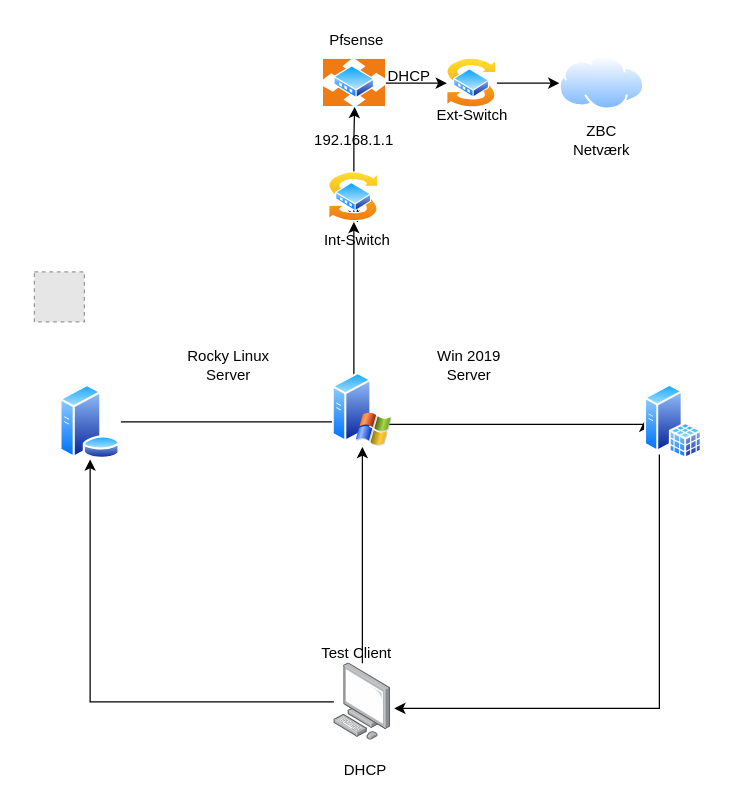
Above: Payloads./netværkstopologi.drawio in CodyPhantom/Hacking (draw.io), before the change. Source tidied: cells renumbered, new cells numbered last; positions are measured from the earlier drawing's top-left corner, leaving out a move shared by most shapes. Both pictures are drawn from the tidied source at 125%, with x=0, y=0 at pixel (34, 21). Pictures stored in the file or linked from it are replaced by grey dashed boxes.
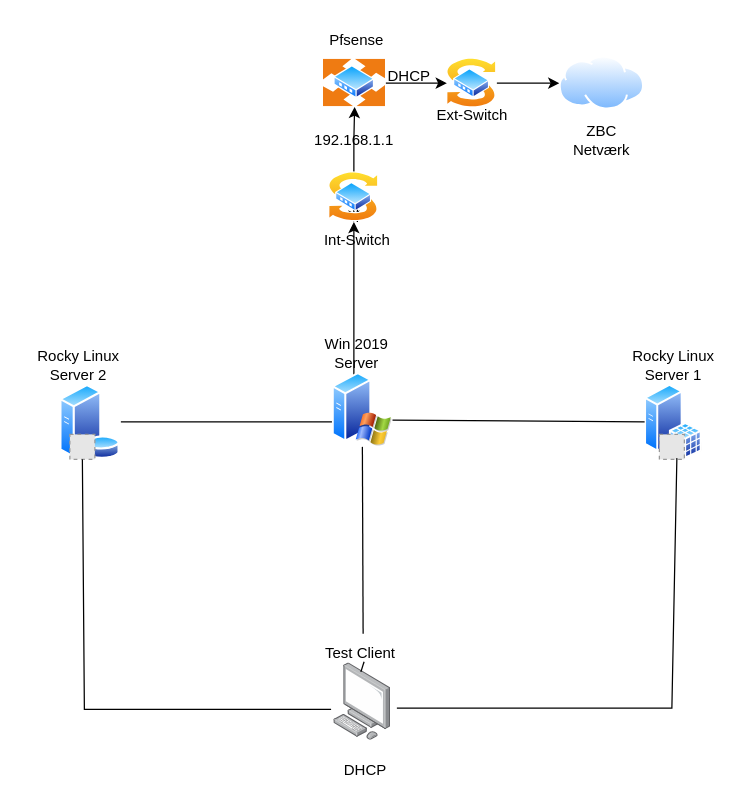
The same diagram, later.

The change refers to these unchanged cells:
```xml
<mxCell id="4" style="image;points=[];html=1;align=center;shadow=0;dashed=0;image=img/lib/allied_telesis/computer_and_terminals/Personal_Computer.svg;" parent="1" vertex="1">
  <mxGeometry x="239.6" y="513" width="45.6" height="61.8" as="geometry" />
</mxCell>
<mxCell id="6" style="image;perimeter=ellipsePerimeter;html=1;align=center;shadow=0;dashed=0;spacingTop=3;image=img/lib/active_directory/database_server.svg;" parent="1" vertex="1">
  <mxGeometry x="20" y="290" width="49.2" height="60" as="geometry" />
</mxCell>
<mxCell id="9" style="image;perimeter=ellipsePerimeter;html=1;align=center;shadow=0;dashed=0;spacingTop=3;image=img/lib/active_directory/windows_server_2.svg;" parent="1" vertex="1">
  <mxGeometry x="238.4" y="280" width="48" height="60" as="geometry" />
</mxCell>
<mxCell id="29" style="image;perimeter=ellipsePerimeter;html=1;align=center;shadow=0;dashed=0;spacingTop=3;image=img/lib/active_directory/sql_server.svg;" parent="1" vertex="1">
  <mxGeometry x="488.2" y="290" width="46.2" height="60" as="geometry" />
</mxCell>
```

What changed in the source:
```diff
@@
-    <mxCell id="2" style="edgeStyle=orthogonalEdgeStyle;rounded=0;jettySize=auto;html=1;entryX=0.5;entryY=1;entryDx=0;entryDy=0;" parent="1" edge="1" source="4" target="6">
-      <mxGeometry relative="1" as="geometry" />
-    </mxCell>
-    <mxCell id="3" style="edgeStyle=orthogonalEdgeStyle;rounded=0;jettySize=auto;html=1;entryX=0.5;entryY=1;entryDx=0;entryDy=0;" parent="1" edge="1" source="4" target="9">
-      <mxGeometry relative="1" as="geometry" />
-    </mxCell>
@@
-    <mxCell id="8" style="edgeStyle=orthogonalEdgeStyle;rounded=0;orthogonalLoop=1;jettySize=auto;html=1;exitX=1;exitY=0.75;exitDx=0;exitDy=0;entryX=0;entryY=0.5;entryDx=0;entryDy=0;" parent="1" edge="1">
-      <mxGeometry relative="1" as="geometry">
-        <mxPoint x="284" y="322" as="sourcePoint" />
-        <mxPoint x="488.2" y="319" as="targetPoint" />
-        <Array as="points">
-          <mxPoint x="488" y="322" />
-        </Array>
-      </mxGeometry>
-    </mxCell>
@@
-    <mxCell id="15" style="fillColor=#E6E6E6;strokeColor=#999999;dashed=1;html=1;verticalAlign=top;verticalLabelPosition=bottom;labelBackgroundColor=#ffffff;" parent="1" vertex="1">
-      <mxGeometry y="200" width="40" height="40" as="geometry" />
-    </mxCell>
@@
-    <mxCell id="17" value="Test Client" style="text;html=1;strokeColor=none;fillColor=none;align=center;verticalAlign=middle;whiteSpace=wrap;rounded=0;" parent="1" vertex="1">
-      <mxGeometry x="228.4" y="490" width="60" height="30" as="geometry" />
-    </mxCell>
     <mxCell id="18" value="Win 2019 Server&lt;br&gt;" style="text;html=1;strokeColor=none;fillColor=none;align=center;verticalAlign=middle;whiteSpace=wrap;rounded=0;" parent="1" vertex="1">
-      <mxGeometry x="318" y="260" width="60" height="30" as="geometry" />
+      <mxGeometry x="228.4" y="250" width="60" height="30" as="geometry" />
     </mxCell>
-    <mxCell id="19" value="Rocky Linux Server" style="text;html=1;strokeColor=none;fillColor=none;align=center;verticalAlign=middle;whiteSpace=wrap;rounded=0;" parent="1" vertex="1">
-      <mxGeometry x="110" y="260" width="90.8" height="30" as="geometry" />
+    <mxCell id="19" value="Rocky Linux Server 2" style="text;html=1;strokeColor=none;fillColor=none;align=center;verticalAlign=middle;whiteSpace=wrap;rounded=0;" parent="1" vertex="1">
+      <mxGeometry x="-10" y="260" width="90.8" height="30" as="geometry" />
     </mxCell>
@@
-    <mxCell id="28" style="edgeStyle=orthogonalEdgeStyle;rounded=0;jettySize=auto;html=1;entryX=1.06;entryY=0.586;entryDx=0;entryDy=0;entryPerimeter=0;" parent="1" edge="1" source="29" target="4">
-      <mxGeometry relative="1" as="geometry">
-        <Array as="points">
-          <mxPoint x="500" y="549" />
-        </Array>
-      </mxGeometry>
-    </mxCell>
@@
+    <mxCell id="30" value="Rocky Linux Server 1" style="text;html=1;strokeColor=none;fillColor=none;align=center;verticalAlign=middle;whiteSpace=wrap;rounded=0;" parent="1" vertex="1">
+      <mxGeometry x="466" y="260" width="90.8" height="30" as="geometry" />
+    </mxCell>
+    <mxCell id="31" style="fillColor=#E6E6E6;strokeColor=#999999;dashed=1;html=1;verticalAlign=top;verticalLabelPosition=bottom;labelBackgroundColor=#ffffff;" parent="1" vertex="1">
+      <mxGeometry x="500" y="330" width="20" height="20" as="geometry" />
+    </mxCell>
+    <mxCell id="32" style="fillColor=#E6E6E6;strokeColor=#999999;dashed=1;html=1;verticalAlign=top;verticalLabelPosition=bottom;labelBackgroundColor=#ffffff;" parent="1" vertex="1">
+      <mxGeometry x="28.4" y="330" width="20" height="20" as="geometry" />
+    </mxCell>
+    <mxCell id="33" style="endArrow=none;html=1;rounded=0;entryX=0.5;entryY=1;entryDx=0;entryDy=0;exitX=0.53;exitY=-0.017;exitDx=0;exitDy=0;exitPerimeter=0;" parent="1" edge="1" source="17" target="9">
+      <mxGeometry relative="1" as="geometry" />
+    </mxCell>
+    <mxCell id="34" style="endArrow=none;html=1;rounded=0;entryX=0;entryY=0.5;entryDx=0;entryDy=0;exitX=1.002;exitY=0.644;exitDx=0;exitDy=0;exitPerimeter=0;" parent="1" edge="1" source="9" target="29">
+      <mxGeometry relative="1" as="geometry" />
+    </mxCell>
+    <mxCell id="35" style="endArrow=none;html=1;rounded=0;entryX=0.5;entryY=1;entryDx=0;entryDy=0;" parent="1" edge="1">
+      <mxGeometry relative="1" as="geometry">
+        <mxPoint x="290" y="549" as="sourcePoint" />
+        <mxPoint x="514" y="349" as="targetPoint" />
+        <Array as="points">
+          <mxPoint x="510" y="549" />
+        </Array>
+      </mxGeometry>
+    </mxCell>
+    <mxCell id="36" style="endArrow=none;html=1;rounded=0;entryX=0.5;entryY=1;entryDx=0;entryDy=0;exitX=-0.049;exitY=0.598;exitDx=0;exitDy=0;exitPerimeter=0;" parent="1" edge="1" source="4" target="32">
+      <mxGeometry relative="1" as="geometry">
+        <Array as="points">
+          <mxPoint x="40" y="550" />
+        </Array>
+      </mxGeometry>
+    </mxCell>
+    <mxCell id="37" style="endArrow=none;html=1;rounded=0;entryX=0.5;entryY=1;entryDx=0;entryDy=0;exitX=0.53;exitY=-0.017;exitDx=0;exitDy=0;exitPerimeter=0;" parent="1" edge="1" source="4" target="17">
+      <mxGeometry relative="1" as="geometry" />
+    </mxCell>
+    <mxCell id="17" value="Test Client" style="text;html=1;strokeColor=none;fillColor=none;align=center;verticalAlign=middle;whiteSpace=wrap;rounded=0;" parent="1" vertex="1">
+      <mxGeometry x="231.2" y="490" width="60" height="30" as="geometry" />
+    </mxCell>
```
